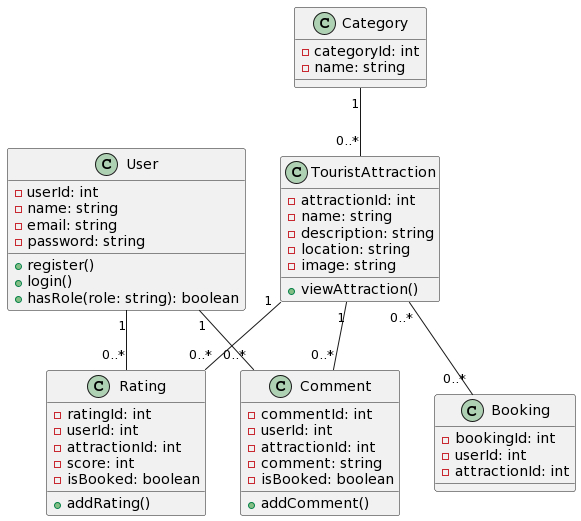
Earlier version of the PlantUML export uml.png (lamontanaro/RoamingRengerApi).
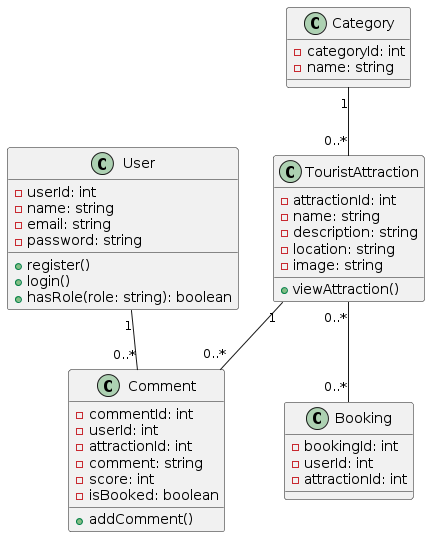
The same diagram one commit later.

Change to the diagram source:
```diff
@@ -34,23 +34,14 @@
     - userId: int
     - attractionId: int
     - comment: string
+    - score: int
     - isBooked: boolean
     + addComment()
 }
 
-class Rating {
-    - ratingId: int
-    - userId: int
-    - attractionId: int
-    - score: int
-    - isBooked: boolean
-    + addRating()
-}
 
 User "1" -- "0..*" Comment
-User "1" -- "0..*" Rating
 TouristAttraction "1" -- "0..*" Comment
-TouristAttraction "1" -- "0..*" Rating
 TouristAttraction "0..*" -- "0..*" Booking
 Category "1" -- "0..*" TouristAttraction
 @enduml
```
